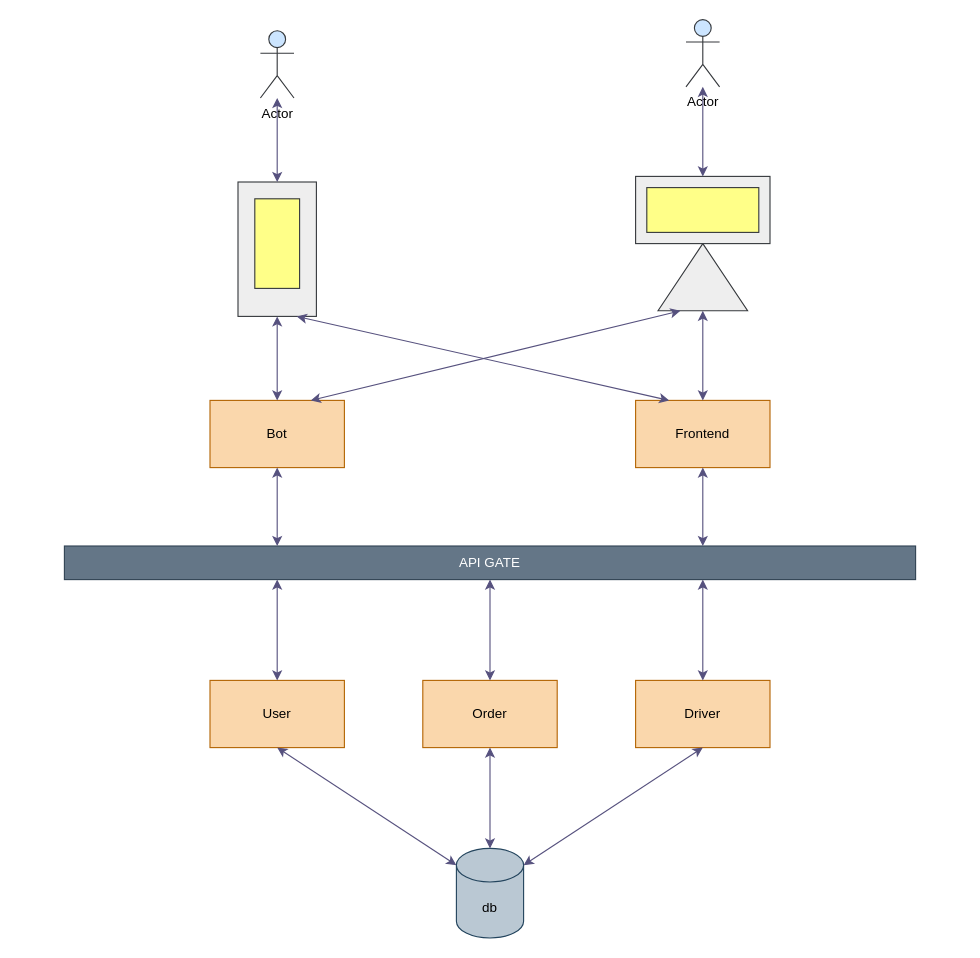
Above: docs/Архитектура.drawio in feldgurat/YktCoal (draw.io), before the change. Source tidied: cells renumbered, new cells numbered last; positions are measured from the earlier drawing's top-left corner, leaving out a move shared by most shapes. Both pictures are drawn from the tidied source at 112%, with x=0, y=0 at pixel (64, 19).
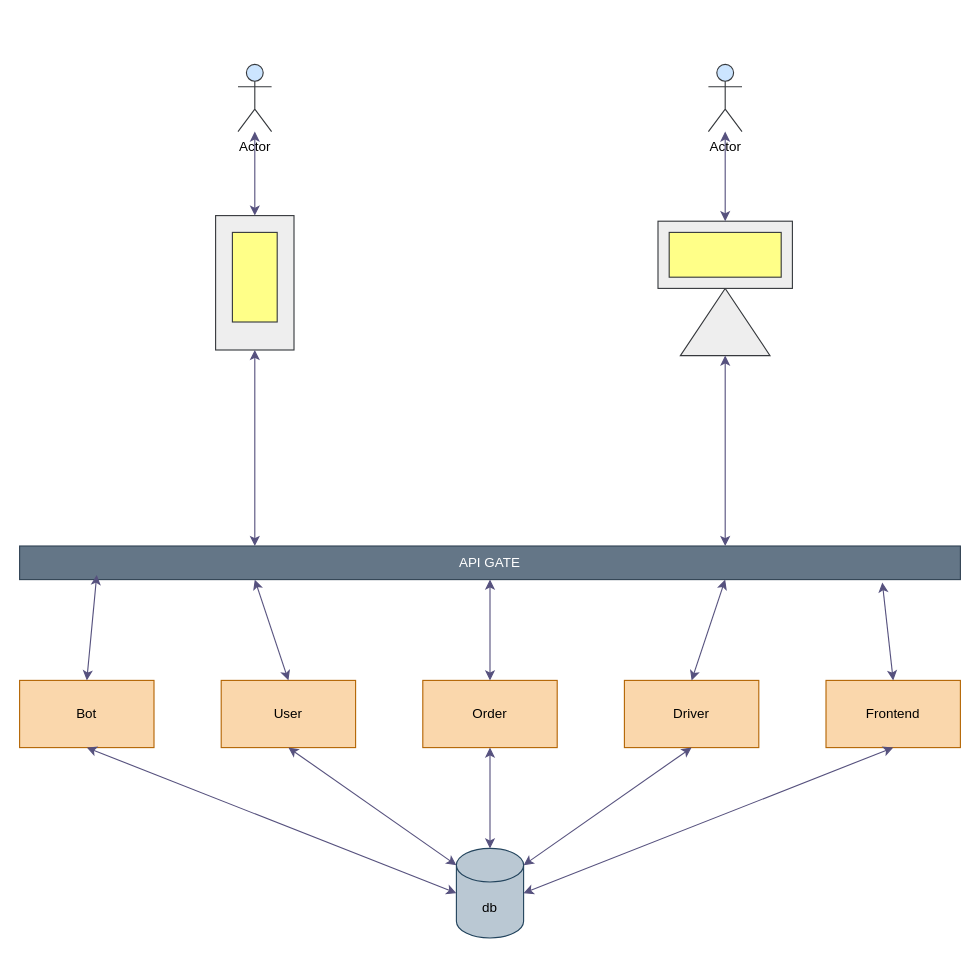
After the change.

Commit message:
Обновление архитектуры

Unchanged cells that the change refers to:
```xml
<mxCell id="2" value="db" style="shape=cylinder3;whiteSpace=wrap;html=1;boundedLbl=1;backgroundOutline=1;size=15;fillColor=#bac8d3;strokeColor=#23445d;fontColor=#000000;" parent="1" vertex="1">
  <mxGeometry x="350" y="740" width="60" height="80" as="geometry" />
</mxCell>
```

What changed in the source:
```diff
@@
     <mxCell id="3" value="&lt;font style=&quot;color: rgb(0, 0, 0);&quot;&gt;Bot&lt;/font&gt;" style="rounded=0;whiteSpace=wrap;html=1;fillColor=#fad7ac;strokeColor=#b46504;" parent="1" vertex="1">
-      <mxGeometry x="130" y="340" width="120" height="60" as="geometry" />
+      <mxGeometry x="-40" y="590" width="120" height="60" as="geometry" />
     </mxCell>
     <mxCell id="4" value="User" style="rounded=0;whiteSpace=wrap;html=1;fillColor=#fad7ac;strokeColor=#b46504;fontColor=#000000;" parent="1" vertex="1">
-      <mxGeometry x="130" y="590" width="120" height="60" as="geometry" />
+      <mxGeometry x="140" y="590" width="120" height="60" as="geometry" />
     </mxCell>
@@
     <mxCell id="6" value="Driver" style="rounded=0;whiteSpace=wrap;html=1;fillColor=#fad7ac;strokeColor=#b46504;fontColor=#000000;" parent="1" vertex="1">
-      <mxGeometry x="510" y="590" width="120" height="60" as="geometry" />
+      <mxGeometry x="500" y="590" width="120" height="60" as="geometry" />
     </mxCell>
     <mxCell id="7" value="Frontend" style="rounded=0;whiteSpace=wrap;html=1;fillColor=#fad7ac;strokeColor=#b46504;fontColor=#000000;" parent="1" vertex="1">
-      <mxGeometry x="510" y="340" width="120" height="60" as="geometry" />
+      <mxGeometry x="680" y="590" width="120" height="60" as="geometry" />
     </mxCell>
@@
     <mxCell id="11" value="API GATE" style="rounded=0;whiteSpace=wrap;html=1;fillColor=#647687;fontColor=#ffffff;strokeColor=#314354;" parent="1" vertex="1">
-      <mxGeometry y="470" width="760" height="30" as="geometry" />
+      <mxGeometry x="-40" y="470" width="840" height="30" as="geometry" />
     </mxCell>
     <mxCell id="12" style="triangle;whiteSpace=wrap;html=1;rotation=-90;fillColor=#eeeeee;strokeColor=#36393d;" parent="1" vertex="1">
-      <mxGeometry x="540" y="190" width="60" height="80" as="geometry" />
+      <mxGeometry x="560" y="230" width="60" height="80" as="geometry" />
     </mxCell>
     <mxCell id="13" style="rounded=0;whiteSpace=wrap;html=1;rotation=90;fillColor=#eeeeee;strokeColor=#36393d;" parent="1" vertex="1">
-      <mxGeometry x="130" y="170" width="120" height="70" as="geometry" />
+      <mxGeometry x="110" y="200" width="120" height="70" as="geometry" />
     </mxCell>
     <mxCell id="14" style="rounded=0;whiteSpace=wrap;html=1;fillColor=#ffff88;strokeColor=#36393d;rotation=90;" parent="1" vertex="1">
-      <mxGeometry x="150" y="180" width="80" height="40" as="geometry" />
+      <mxGeometry x="130" y="210" width="80" height="40" as="geometry" />
     </mxCell>
     <mxCell id="15" style="rounded=0;whiteSpace=wrap;html=1;fillColor=#eeeeee;strokeColor=#36393d;" parent="1" vertex="1">
-      <mxGeometry x="510" y="140" width="120" height="60" as="geometry" />
+      <mxGeometry x="530" y="180" width="120" height="60" as="geometry" />
     </mxCell>
     <mxCell id="16" style="rounded=0;whiteSpace=wrap;html=1;fillColor=#ffff88;strokeColor=#36393d;" parent="1" vertex="1">
-      <mxGeometry x="520" y="150" width="100" height="40" as="geometry" />
+      <mxGeometry x="540" y="190" width="100" height="40" as="geometry" />
     </mxCell>
     <mxCell id="17" value="Actor" style="shape=umlActor;verticalLabelPosition=bottom;verticalAlign=top;html=1;outlineConnect=0;fillColor=#cce5ff;strokeColor=#36393d;" parent="1" vertex="1">
-      <mxGeometry x="175" y="10" width="30" height="60" as="geometry" />
+      <mxGeometry x="155" y="40" width="30" height="60" as="geometry" />
     </mxCell>
     <mxCell id="18" value="Actor" style="shape=umlActor;verticalLabelPosition=bottom;verticalAlign=top;html=1;outlineConnect=0;fillColor=#cce5ff;strokeColor=#36393d;" parent="1" vertex="1">
-      <mxGeometry x="555" width="30" height="60" as="geometry" />
+      <mxGeometry x="575" y="40" width="30" height="60" as="geometry" />
     </mxCell>
@@
-    <mxCell id="24" style="endArrow=classic;startArrow=classic;html=1;rounded=0;exitX=0.25;exitY=0;exitDx=0;exitDy=0;entryX=0.5;entryY=1;entryDx=0;entryDy=0;fillColor=#d0cee2;strokeColor=#56517e;" parent="1" edge="1" source="11" target="3">
+    <mxCell id="24" style="endArrow=classic;startArrow=classic;html=1;rounded=0;exitX=0;exitY=0.5;exitDx=0;exitDy=0;entryX=0.5;entryY=1;entryDx=0;entryDy=0;fillColor=#d0cee2;strokeColor=#56517e;exitPerimeter=0;" parent="1" edge="1" source="2" target="3">
       <mxGeometry relative="1" as="geometry" />
     </mxCell>
-    <mxCell id="25" style="endArrow=classic;startArrow=classic;html=1;rounded=0;entryX=0.5;entryY=1;entryDx=0;entryDy=0;fillColor=#d0cee2;strokeColor=#56517e;exitX=0.75;exitY=0;exitDx=0;exitDy=0;" parent="1" edge="1" source="11" target="7">
+    <mxCell id="25" style="endArrow=classic;startArrow=classic;html=1;rounded=0;entryX=0.5;entryY=1;entryDx=0;entryDy=0;fillColor=#d0cee2;strokeColor=#56517e;exitX=1;exitY=0.5;exitDx=0;exitDy=0;exitPerimeter=0;" parent="1" edge="1" source="2" target="7">
       <mxGeometry relative="1" as="geometry" />
     </mxCell>
-    <mxCell id="26" style="endArrow=classic;startArrow=classic;html=1;rounded=0;exitX=0.5;exitY=0;exitDx=0;exitDy=0;entryX=1;entryY=0.5;entryDx=0;entryDy=0;fillColor=#d0cee2;strokeColor=#56517e;" parent="1" edge="1" source="3" target="13">
+    <mxCell id="26" style="endArrow=classic;startArrow=classic;html=1;rounded=0;exitX=0.25;exitY=0;exitDx=0;exitDy=0;entryX=1;entryY=0.5;entryDx=0;entryDy=0;fillColor=#d0cee2;strokeColor=#56517e;" parent="1" edge="1" source="11" target="13">
       <mxGeometry relative="1" as="geometry" />
     </mxCell>
-    <mxCell id="27" style="endArrow=classic;startArrow=classic;html=1;rounded=0;exitX=0.5;exitY=0;exitDx=0;exitDy=0;entryX=0;entryY=0.5;entryDx=0;entryDy=0;fillColor=#d0cee2;strokeColor=#56517e;" parent="1" edge="1" source="7" target="12">
+    <mxCell id="27" style="endArrow=classic;startArrow=classic;html=1;rounded=0;exitX=0.75;exitY=0;exitDx=0;exitDy=0;entryX=0;entryY=0.5;entryDx=0;entryDy=0;fillColor=#d0cee2;strokeColor=#56517e;" parent="1" edge="1" source="11" target="12">
       <mxGeometry relative="1" as="geometry" />
     </mxCell>
-    <mxCell id="28" style="endArrow=classic;startArrow=classic;html=1;rounded=0;exitX=0;exitY=0.25;exitDx=0;exitDy=0;entryX=0.75;entryY=0;entryDx=0;entryDy=0;fillColor=#d0cee2;strokeColor=#56517e;" parent="1" edge="1" source="12" target="3">
+    <mxCell id="28" style="endArrow=classic;startArrow=classic;html=1;rounded=0;entryX=0.5;entryY=0;entryDx=0;entryDy=0;fillColor=#d0cee2;strokeColor=#56517e;exitX=0.082;exitY=0.863;exitDx=0;exitDy=0;exitPerimeter=0;" parent="1" edge="1" source="11" target="3">
       <mxGeometry relative="1" as="geometry" />
     </mxCell>
-    <mxCell id="29" style="endArrow=classic;startArrow=classic;html=1;rounded=0;exitX=1;exitY=0.25;exitDx=0;exitDy=0;entryX=0.25;entryY=0;entryDx=0;entryDy=0;fillColor=#d0cee2;strokeColor=#56517e;" parent="1" edge="1" source="13" target="7">
+    <mxCell id="29" style="endArrow=classic;startArrow=classic;html=1;rounded=0;exitX=0.917;exitY=1.085;exitDx=0;exitDy=0;entryX=0.5;entryY=0;entryDx=0;entryDy=0;fillColor=#d0cee2;strokeColor=#56517e;exitPerimeter=0;" parent="1" edge="1" source="11" target="7">
       <mxGeometry relative="1" as="geometry" />
     </mxCell>
```
